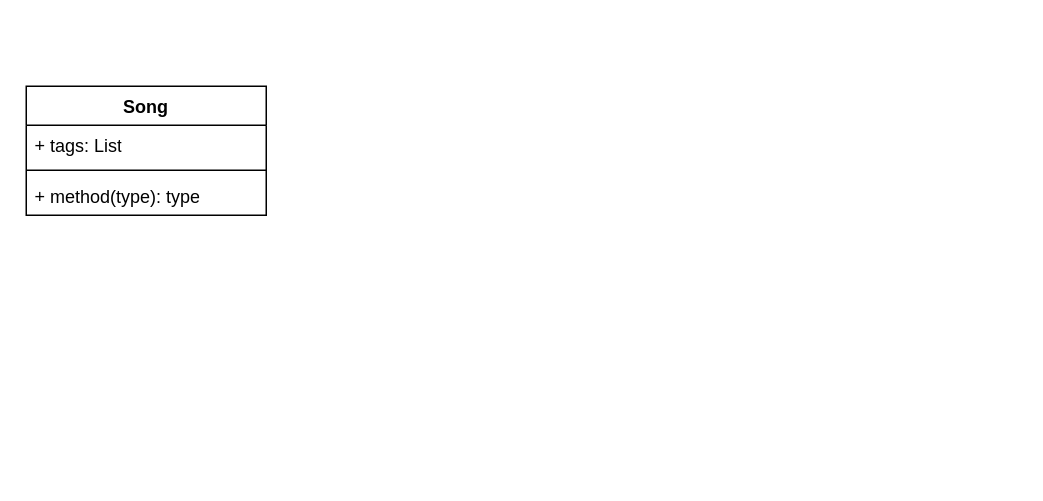
Above: DnDMusic/DnDMusic/database.drawio in Oegge/dnd-music (draw.io), before the change. Source tidied: cells renumbered, new cells numbered last; positions are measured from the earlier drawing's top-left corner, leaving out a move shared by most shapes. Both pictures are drawn from the tidied source at 150%, with x=0, y=0 at pixel (26, 86).
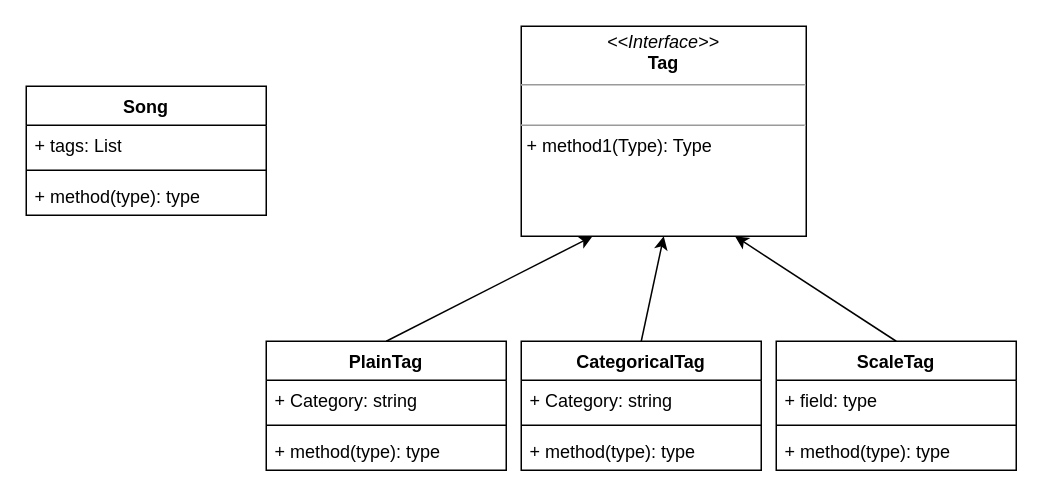
The same diagram, later.

Commit message:
Draw tag problem

Diff of the diagram source:
```diff
@@
+    <mxCell id="6" value="CategoricalTag" style="swimlane;fontStyle=1;align=center;verticalAlign=top;horizontal=1;startSize=26;" parent="1" vertex="1">
+      <mxGeometry x="330" y="170" width="160" height="86" as="geometry" />
+    </mxCell>
+    <mxCell id="7" value="+ Category: string" style="text;strokeColor=none;fillColor=none;align=left;verticalAlign=top;spacingLeft=4;spacingRight=4;overflow=hidden;" parent="6" vertex="1">
+      <mxGeometry y="26" width="160" height="26" as="geometry" />
+    </mxCell>
+    <mxCell id="8" style="line;strokeWidth=1;fillColor=none;align=left;verticalAlign=middle;spacingTop=-1;spacingLeft=3;spacingRight=3;labelPosition=right;strokeColor=inherit;" parent="6" vertex="1">
+      <mxGeometry y="52" width="160" height="8" as="geometry" />
+    </mxCell>
+    <mxCell id="9" value="+ method(type): type" style="text;strokeColor=none;fillColor=none;align=left;verticalAlign=top;spacingLeft=4;spacingRight=4;overflow=hidden;" parent="6" vertex="1">
+      <mxGeometry y="60" width="160" height="26" as="geometry" />
+    </mxCell>
+    <mxCell id="10" value="&lt;p style=&quot;margin:0px;margin-top:4px;text-align:center;&quot;&gt;&lt;i&gt;&amp;lt;&amp;lt;Interface&amp;gt;&amp;gt;&lt;/i&gt;&lt;br&gt;&lt;b&gt;Tag&lt;/b&gt;&lt;/p&gt;&lt;hr size=&quot;1&quot;&gt;&lt;p style=&quot;margin:0px;margin-left:4px;&quot;&gt;&lt;br&gt;&lt;/p&gt;&lt;hr size=&quot;1&quot;&gt;&lt;p style=&quot;margin:0px;margin-left:4px;&quot;&gt;+ method1(Type): Type&lt;/p&gt;" style="verticalAlign=top;align=left;overflow=fill;fontSize=12;fontFamily=Helvetica;html=1;" parent="1" vertex="1">
+      <mxGeometry x="330" y="-40" width="190" height="140" as="geometry" />
+    </mxCell>
+    <mxCell id="11" value="ScaleTag" style="swimlane;fontStyle=1;align=center;verticalAlign=top;horizontal=1;startSize=26;" parent="1" vertex="1">
+      <mxGeometry x="500" y="170" width="160" height="86" as="geometry" />
+    </mxCell>
+    <mxCell id="12" value="+ field: type" style="text;strokeColor=none;fillColor=none;align=left;verticalAlign=top;spacingLeft=4;spacingRight=4;overflow=hidden;" parent="11" vertex="1">
+      <mxGeometry y="26" width="160" height="26" as="geometry" />
+    </mxCell>
+    <mxCell id="13" style="line;strokeWidth=1;fillColor=none;align=left;verticalAlign=middle;spacingTop=-1;spacingLeft=3;spacingRight=3;labelPosition=right;strokeColor=inherit;" parent="11" vertex="1">
+      <mxGeometry y="52" width="160" height="8" as="geometry" />
+    </mxCell>
+    <mxCell id="14" value="+ method(type): type" style="text;strokeColor=none;fillColor=none;align=left;verticalAlign=top;spacingLeft=4;spacingRight=4;overflow=hidden;" parent="11" vertex="1">
+      <mxGeometry y="60" width="160" height="26" as="geometry" />
+    </mxCell>
+    <mxCell id="15" style="edgeStyle=none;html=1;exitX=0.5;exitY=0;exitDx=0;exitDy=0;entryX=0.25;entryY=1;entryDx=0;entryDy=0;" parent="1" edge="1" source="16" target="10">
+      <mxGeometry relative="1" as="geometry" />
+    </mxCell>
+    <mxCell id="16" value="PlainTag" style="swimlane;fontStyle=1;align=center;verticalAlign=top;horizontal=1;startSize=26;" parent="1" vertex="1">
+      <mxGeometry x="160" y="170" width="160" height="86" as="geometry" />
+    </mxCell>
+    <mxCell id="17" value="+ Category: string" style="text;strokeColor=none;fillColor=none;align=left;verticalAlign=top;spacingLeft=4;spacingRight=4;overflow=hidden;" parent="16" vertex="1">
+      <mxGeometry y="26" width="160" height="26" as="geometry" />
+    </mxCell>
+    <mxCell id="18" style="line;strokeWidth=1;fillColor=none;align=left;verticalAlign=middle;spacingTop=-1;spacingLeft=3;spacingRight=3;labelPosition=right;strokeColor=inherit;" parent="16" vertex="1">
+      <mxGeometry y="52" width="160" height="8" as="geometry" />
+    </mxCell>
+    <mxCell id="19" value="+ method(type): type" style="text;strokeColor=none;fillColor=none;align=left;verticalAlign=top;spacingLeft=4;spacingRight=4;overflow=hidden;" parent="16" vertex="1">
+      <mxGeometry y="60" width="160" height="26" as="geometry" />
+    </mxCell>
+    <mxCell id="20" style="edgeStyle=none;html=1;exitX=0.5;exitY=0;exitDx=0;exitDy=0;entryX=0.5;entryY=1;entryDx=0;entryDy=0;" parent="1" edge="1" source="6" target="10">
+      <mxGeometry relative="1" as="geometry" />
+    </mxCell>
+    <mxCell id="21" style="edgeStyle=none;html=1;exitX=0.5;exitY=0;exitDx=0;exitDy=0;entryX=0.75;entryY=1;entryDx=0;entryDy=0;" parent="1" edge="1" source="11" target="10">
+      <mxGeometry relative="1" as="geometry" />
+    </mxCell>
```
